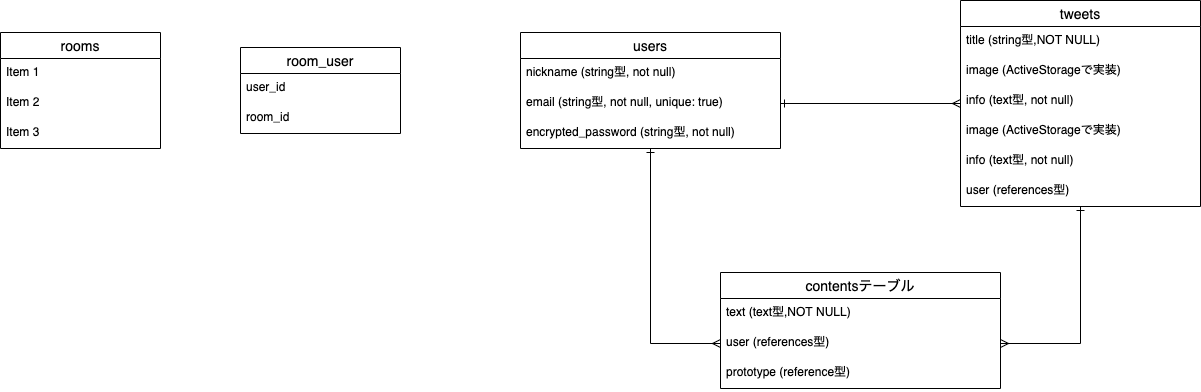
teru0429/gunpla-app keeps this draw.io diagram as ER.drawio.png. Above is the earlier version. Source tidied: cells renumbered, new cells last; positions are measured from the earlier drawing's top-left corner, leaving out a move shared by most shapes.
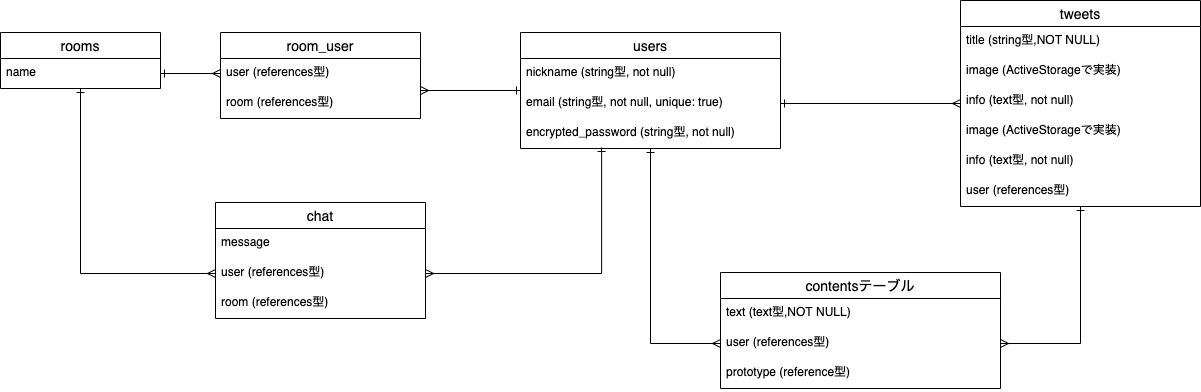
After the commit.

The edit, as a diff of the source:
```diff
@@ -57,25 +57,45 @@
       <mxGeometry relative="1" as="geometry" />
     </mxCell>
     <mxCell id="20" value="room_user" style="swimlane;fontStyle=0;horizontal=1;startSize=26;align=center;fontSize=14;" parent="1" vertex="1">
-      <mxGeometry x="240" y="47" width="160" height="86" as="geometry" />
+      <mxGeometry x="220" y="32" width="200" height="86" as="geometry" />
     </mxCell>
-    <mxCell id="21" value="user_id" style="text;strokeColor=none;fillColor=none;spacingLeft=4;spacingRight=4;overflow=hidden;points=[[0,0.5],[1,0.5]];portConstraint=eastwest;fontSize=12;" parent="20" vertex="1">
-      <mxGeometry y="26" width="160" height="30" as="geometry" />
+    <mxCell id="21" value="user (references型)" style="text;strokeColor=none;fillColor=none;spacingLeft=4;spacingRight=4;overflow=hidden;points=[[0,0.5],[1,0.5]];portConstraint=eastwest;fontSize=12;" parent="20" vertex="1">
+      <mxGeometry y="26" width="200" height="30" as="geometry" />
     </mxCell>
-    <mxCell id="22" value="room_id" style="text;strokeColor=none;fillColor=none;spacingLeft=4;spacingRight=4;overflow=hidden;fontSize=12;" parent="20" vertex="1">
-      <mxGeometry y="56" width="160" height="30" as="geometry" />
+    <mxCell id="22" value="room (references型)" style="text;strokeColor=none;fillColor=none;spacingLeft=4;spacingRight=4;overflow=hidden;fontSize=12;" parent="20" vertex="1">
+      <mxGeometry y="56" width="200" height="30" as="geometry" />
     </mxCell>
     <mxCell id="23" value="rooms" style="swimlane;fontStyle=0;horizontal=1;startSize=26;align=center;fontSize=14;" parent="1" vertex="1">
-      <mxGeometry y="32" width="160" height="116" as="geometry" />
+      <mxGeometry y="32" width="160" height="56" as="geometry" />
     </mxCell>
-    <mxCell id="24" value="Item 1" style="text;strokeColor=none;fillColor=none;spacingLeft=4;spacingRight=4;overflow=hidden;points=[[0,0.5],[1,0.5]];portConstraint=eastwest;fontSize=12;" parent="23" vertex="1">
+    <mxCell id="24" value="name" style="text;strokeColor=none;fillColor=none;spacingLeft=4;spacingRight=4;overflow=hidden;points=[[0,0.5],[1,0.5]];portConstraint=eastwest;fontSize=12;" parent="23" vertex="1">
       <mxGeometry y="26" width="160" height="30" as="geometry" />
     </mxCell>
-    <mxCell id="25" value="Item 2" style="text;strokeColor=none;fillColor=none;spacingLeft=4;spacingRight=4;overflow=hidden;fontSize=12;" parent="23" vertex="1">
-      <mxGeometry y="56" width="160" height="30" as="geometry" />
-    </mxCell>
-    <mxCell id="26" value="Item 3" style="text;strokeColor=none;fillColor=none;spacingLeft=4;spacingRight=4;overflow=hidden;fontSize=12;" parent="23" vertex="1">
-      <mxGeometry y="86" width="160" height="30" as="geometry" />
-    </mxCell>
+    <mxCell id="27" value="chat" style="swimlane;fontStyle=0;horizontal=1;startSize=26;align=center;fontSize=14;" parent="1" vertex="1">
+      <mxGeometry x="215" y="202" width="210" height="116" as="geometry" />
+    </mxCell>
+    <mxCell id="28" value="message" style="text;strokeColor=none;fillColor=none;spacingLeft=4;spacingRight=4;overflow=hidden;fontSize=12;" parent="27" vertex="1">
+      <mxGeometry y="26" width="210" height="30" as="geometry" />
+    </mxCell>
+    <mxCell id="29" value="user (references型)" style="text;strokeColor=none;fillColor=none;spacingLeft=4;spacingRight=4;overflow=hidden;points=[[0,0.5],[1,0.5]];portConstraint=eastwest;fontSize=12;" parent="27" vertex="1">
+      <mxGeometry y="56" width="210" height="30" as="geometry" />
+    </mxCell>
+    <mxCell id="30" value="room (references型)" style="text;strokeColor=none;fillColor=none;spacingLeft=4;spacingRight=4;overflow=hidden;fontSize=12;" parent="27" vertex="1">
+      <mxGeometry y="86" width="210" height="30" as="geometry" />
+    </mxCell>
+    <mxCell id="31" style="edgeStyle=orthogonalEdgeStyle;rounded=0;jettySize=auto;html=1;exitX=1;exitY=0.5;exitDx=0;exitDy=0;entryX=0.312;entryY=0.967;entryDx=0;entryDy=0;entryPerimeter=0;startArrow=ERmany;startFill=0;endArrow=ERone;endFill=0;" parent="1" edge="1" source="29" target="5">
+      <mxGeometry relative="1" as="geometry" />
+    </mxCell>
+    <mxCell id="32" style="edgeStyle=orthogonalEdgeStyle;rounded=0;jettySize=auto;html=1;exitX=0;exitY=0.5;exitDx=0;exitDy=0;startArrow=ERmany;startFill=0;endArrow=ERone;endFill=0;" parent="1" edge="1" source="29" target="23">
+      <mxGeometry relative="1" as="geometry" />
+    </mxCell>
+    <mxCell id="33" style="edgeStyle=orthogonalEdgeStyle;rounded=0;jettySize=auto;html=1;exitX=1;exitY=0.5;exitDx=0;exitDy=0;startArrow=ERone;startFill=0;endArrow=ERmany;endFill=0;entryX=0;entryY=0.5;entryDx=0;entryDy=0;" parent="1" edge="1" source="24" target="21">
+      <mxGeometry relative="1" as="geometry" />
+    </mxCell>
+    <mxCell id="34" style="edgeStyle=orthogonalEdgeStyle;rounded=0;jettySize=auto;html=1;startArrow=ERmany;startFill=0;endArrow=ERone;endFill=0;" parent="1" edge="1" target="2">
+      <mxGeometry relative="1" as="geometry">
+        <mxPoint x="420" y="90" as="sourcePoint" />
+      </mxGeometry>
+    </mxCell>
   </root>
 </mxGraphModel>
```
